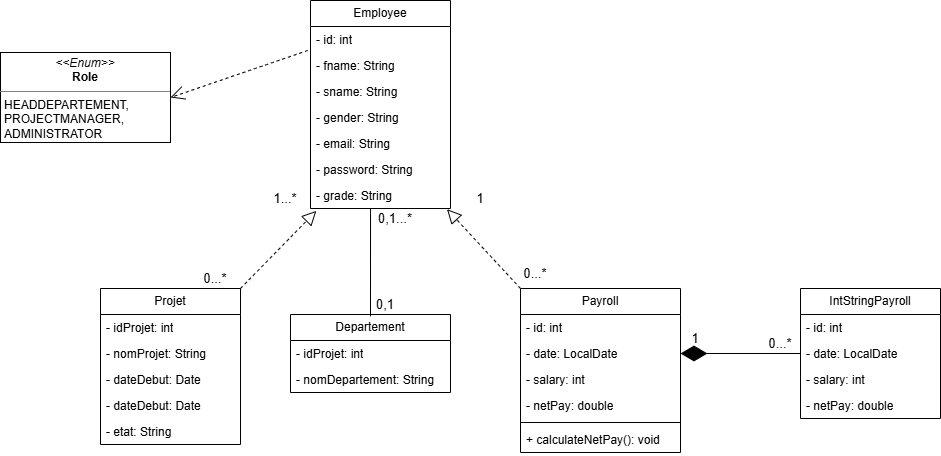
The draw.io diagram Ressources utiles/Projet_JEE.drawio.png in XelaxNaDe/Projet_ING2_JEE_Classique, before a commit. Source tidied: cells renumbered, new cells last; positions are measured from the earlier drawing's top-left corner, leaving out a move shared by most shapes.
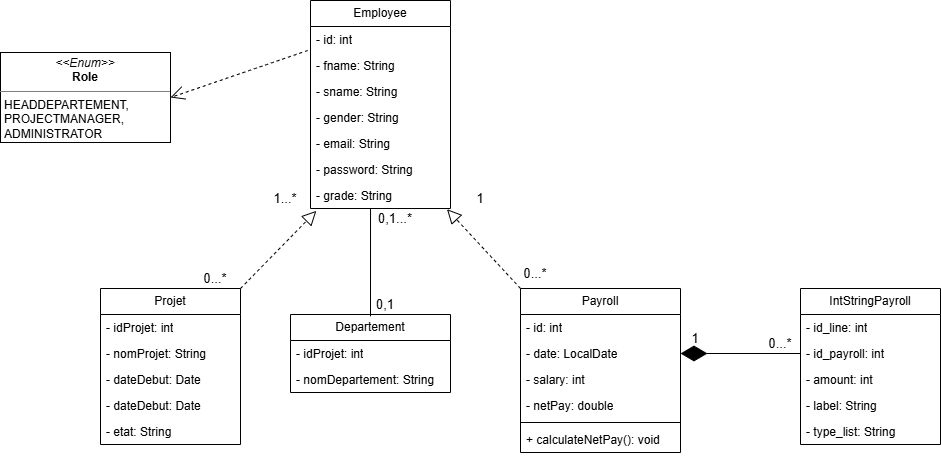
After the commit.

Diff of the diagram source:
```diff
@@ -75,20 +75,23 @@
       <mxGeometry x="455" y="188" width="50" height="20" as="geometry" />
     </mxCell>
     <mxCell id="26" value="IntStringPayroll" style="swimlane;fontStyle=0;horizontal=1;startSize=26;fillColor=none;whiteSpace=wrap;html=1;" parent="1" vertex="1">
-      <mxGeometry x="800" y="288" width="140" height="130" as="geometry" />
+      <mxGeometry x="800" y="288" width="140" height="156" as="geometry" />
     </mxCell>
-    <mxCell id="27" value="- id: int" style="text;strokeColor=none;fillColor=none;align=left;verticalAlign=top;spacingLeft=4;spacingRight=4;overflow=hidden;whiteSpace=wrap;html=1;" parent="26" vertex="1">
+    <mxCell id="27" value="- id_line: int" style="text;strokeColor=none;fillColor=none;align=left;verticalAlign=top;spacingLeft=4;spacingRight=4;overflow=hidden;whiteSpace=wrap;html=1;" parent="26" vertex="1">
       <mxGeometry y="26" width="140" height="26" as="geometry" />
     </mxCell>
-    <mxCell id="28" value="- date: LocalDate" style="text;strokeColor=none;fillColor=none;align=left;verticalAlign=top;spacingLeft=4;spacingRight=4;overflow=hidden;points=[[0,0.5],[1,0.5]];portConstraint=eastwest;whiteSpace=wrap;html=1;" parent="26" vertex="1">
+    <mxCell id="28" value="- id_payroll: int" style="text;strokeColor=none;fillColor=none;align=left;verticalAlign=top;spacingLeft=4;spacingRight=4;overflow=hidden;points=[[0,0.5],[1,0.5]];portConstraint=eastwest;whiteSpace=wrap;html=1;" parent="26" vertex="1">
       <mxGeometry y="52" width="140" height="26" as="geometry" />
     </mxCell>
-    <mxCell id="29" value="- salary: int" style="text;strokeColor=none;fillColor=none;align=left;verticalAlign=top;spacingLeft=4;spacingRight=4;overflow=hidden;whiteSpace=wrap;html=1;" parent="26" vertex="1">
+    <mxCell id="29" value="- amount: int" style="text;strokeColor=none;fillColor=none;align=left;verticalAlign=top;spacingLeft=4;spacingRight=4;overflow=hidden;whiteSpace=wrap;html=1;" parent="26" vertex="1">
       <mxGeometry y="78" width="140" height="26" as="geometry" />
     </mxCell>
-    <mxCell id="30" value="- netPay: double" style="text;strokeColor=none;fillColor=none;align=left;verticalAlign=top;spacingLeft=4;spacingRight=4;overflow=hidden;whiteSpace=wrap;html=1;" parent="26" vertex="1">
+    <mxCell id="30" value="- label: String" style="text;strokeColor=none;fillColor=none;align=left;verticalAlign=top;spacingLeft=4;spacingRight=4;overflow=hidden;whiteSpace=wrap;html=1;" parent="26" vertex="1">
       <mxGeometry y="104" width="140" height="26" as="geometry" />
     </mxCell>
+    <mxCell id="45" value="- type_list: String" style="text;strokeColor=none;fillColor=none;align=left;verticalAlign=top;spacingLeft=4;spacingRight=4;overflow=hidden;whiteSpace=wrap;html=1;" parent="26" vertex="1">
+      <mxGeometry y="130" width="140" height="26" as="geometry" />
+    </mxCell>
     <mxCell id="31" style="endArrow=open;endSize=12;dashed=1;html=1;rounded=0;fontSize=12;curved=1;entryX=1;entryY=0.5;entryDx=0;entryDy=0;exitX=-0.02;exitY=-0.077;exitDx=0;exitDy=0;exitPerimeter=0;" parent="1" edge="1" source="17" target="23">
       <mxGeometry relative="1" as="geometry" />
     </mxCell>
```
